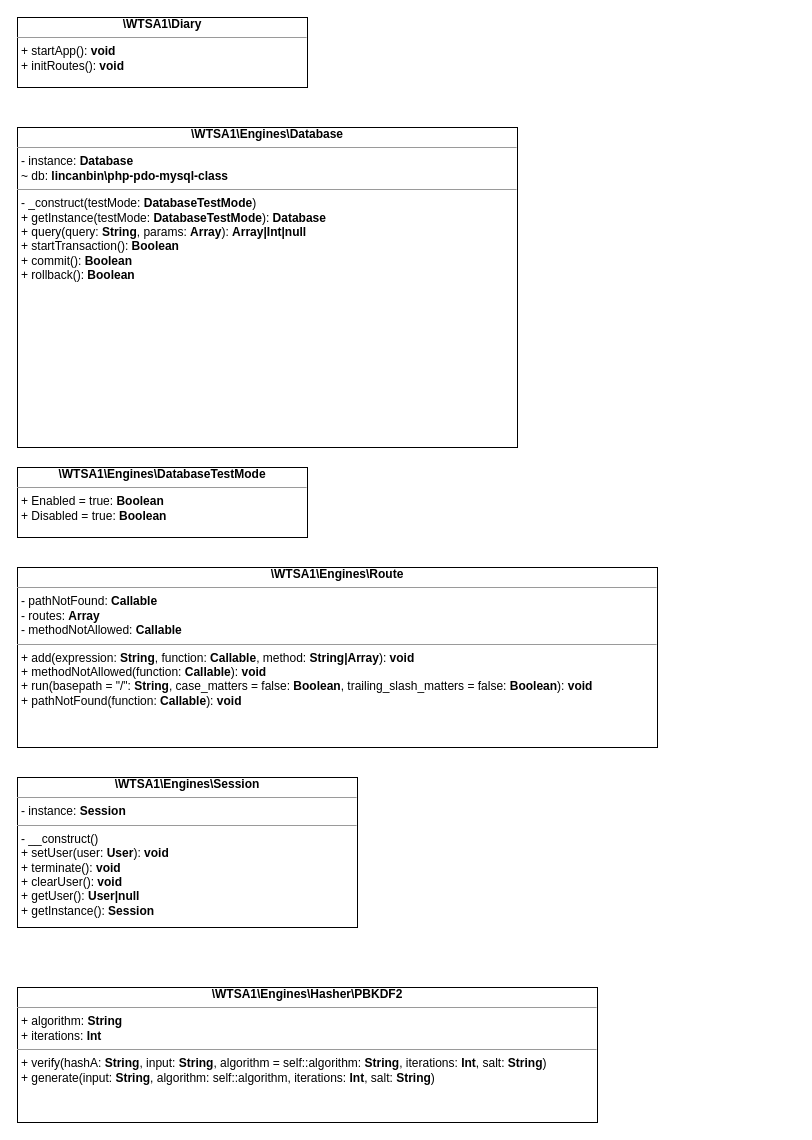
The draw.io diagram docs/assets/engine_classes.drawio in IBZTI2018/TI3-WT-SA, before the edit. Source tidied: cells renumbered, new cells numbered last; positions are measured from the earlier drawing's top-left corner, leaving out a move shared by most shapes. Both pictures are drawn from the tidied source at 100%, with x=0, y=0 at pixel (17, 17).
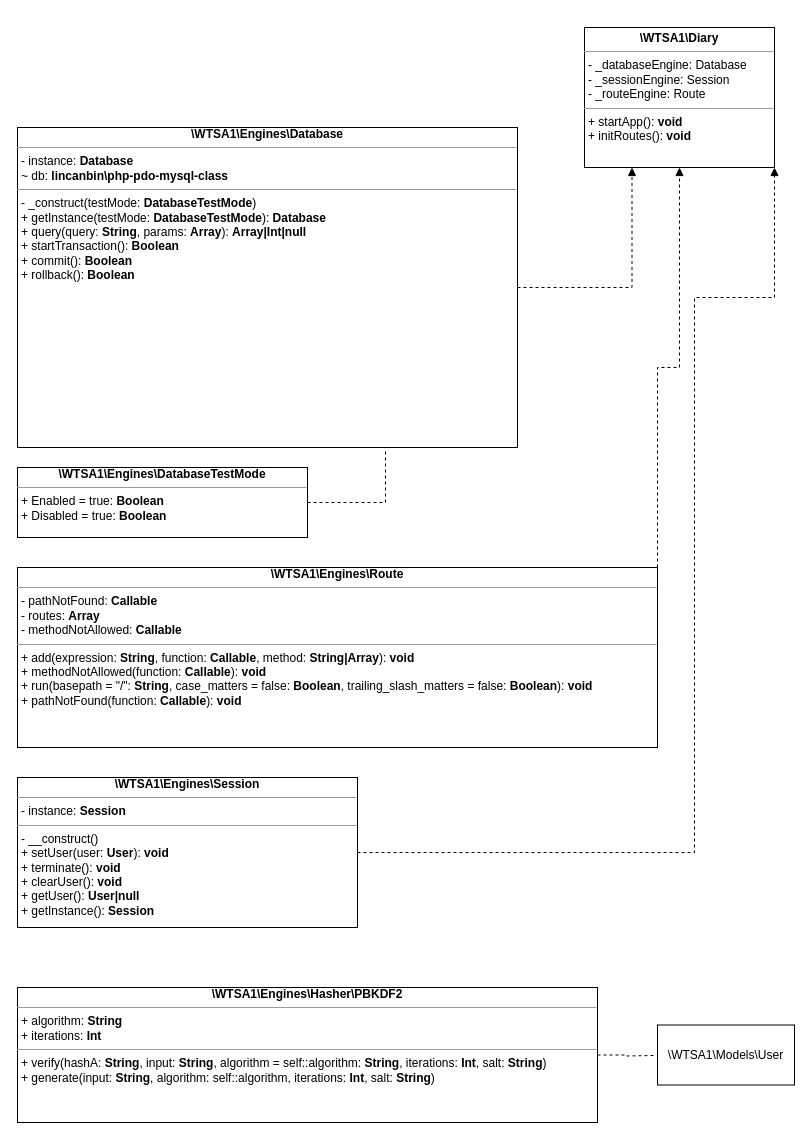
The same diagram, later.

Commit message (it also covers changes not shown here):
changed class diagramm

What changed in the source:
```diff
@@
 <mxGraphModel>
   <root>
     <mxCell id="0" />
     <mxCell id="1" parent="0" />
+    <mxCell id="8" style="edgeStyle=orthogonalEdgeStyle;rounded=0;jettySize=auto;html=1;exitX=1;exitY=0.5;exitDx=0;exitDy=0;entryX=0.25;entryY=1;entryDx=0;entryDy=0;dashed=1;endArrow=block;endFill=1;" parent="1" edge="1" source="2" target="14">
+      <mxGeometry relative="1" as="geometry" />
+    </mxCell>
     <mxCell id="2" value="&lt;div style=&quot;text-align: center&quot;&gt;&lt;span&gt;&lt;b&gt;\WTSA1\&lt;/b&gt;&lt;/span&gt;&lt;b&gt;Engines\Database&lt;/b&gt;&lt;/div&gt;&lt;hr size=&quot;1&quot;&gt;&lt;p style=&quot;margin: 0px ; margin-left: 4px&quot;&gt;- instance: &lt;b&gt;Database&lt;/b&gt;&lt;br&gt;~ db: &lt;b&gt;lincanbin\php-pdo-mysql-class&lt;/b&gt;&lt;/p&gt;&lt;hr size=&quot;1&quot;&gt;&lt;p style=&quot;margin: 0px ; margin-left: 4px&quot;&gt;- _construct(testMode: &lt;b&gt;DatabaseTestMode&lt;/b&gt;)&lt;br&gt;+ getInstance(testMode: &lt;b&gt;DatabaseTestMode&lt;/b&gt;): &lt;b&gt;Database&lt;/b&gt;&lt;br&gt;+ query(query: &lt;b&gt;String&lt;/b&gt;, params: &lt;b&gt;Array&lt;/b&gt;): &lt;b&gt;Array|Int|null&lt;/b&gt;&lt;br&gt;+ startTransaction(): &lt;b&gt;Boolean&lt;/b&gt;&lt;br&gt;+ commit(): &lt;b&gt;Boolean&lt;/b&gt;&lt;br&gt;+ rollback(): &lt;b&gt;Boolean&lt;/b&gt;&lt;/p&gt;" style="verticalAlign=top;align=left;overflow=fill;fontSize=12;fontFamily=Helvetica;html=1;" parent="1" vertex="1">
       <mxGeometry y="110" width="500" height="320" as="geometry" />
     </mxCell>
+    <mxCell id="9" style="edgeStyle=orthogonalEdgeStyle;rounded=0;jettySize=auto;html=1;exitX=1;exitY=0.5;exitDx=0;exitDy=0;entryX=0.736;entryY=1.003;entryDx=0;entryDy=0;entryPerimeter=0;dashed=1;endArrow=none;endFill=0;" parent="1" edge="1" source="3" target="2">
+      <mxGeometry relative="1" as="geometry" />
+    </mxCell>
     <mxCell id="3" value="&lt;div style=&quot;text-align: center&quot;&gt;&lt;span&gt;&lt;b&gt;\WTSA1\&lt;/b&gt;&lt;/span&gt;&lt;b&gt;Engines\DatabaseTestMode&lt;/b&gt;&lt;/div&gt;&lt;hr size=&quot;1&quot;&gt;&lt;p style=&quot;margin: 0px ; margin-left: 4px&quot;&gt;+ Enabled = true: &lt;b&gt;Boolean&lt;/b&gt;&lt;br&gt;+ Disabled = true: &lt;b&gt;Boolean&lt;/b&gt;&lt;/p&gt;" style="verticalAlign=top;align=left;overflow=fill;fontSize=12;fontFamily=Helvetica;html=1;" parent="1" vertex="1">
       <mxGeometry y="450" width="290" height="70" as="geometry" />
     </mxCell>
+    <mxCell id="10" style="edgeStyle=orthogonalEdgeStyle;rounded=0;jettySize=auto;html=1;exitX=1;exitY=0;exitDx=0;exitDy=0;entryX=0.5;entryY=1;entryDx=0;entryDy=0;dashed=1;endArrow=block;endFill=1;" parent="1" edge="1" source="4" target="14">
+      <mxGeometry relative="1" as="geometry" />
+    </mxCell>
     <mxCell id="4" value="&lt;div style=&quot;text-align: center&quot;&gt;&lt;span&gt;&lt;b&gt;\WTSA1\&lt;/b&gt;&lt;/span&gt;&lt;b&gt;Engines\Route&lt;/b&gt;&lt;/div&gt;&lt;hr size=&quot;1&quot;&gt;&lt;p style=&quot;margin: 0px ; margin-left: 4px&quot;&gt;- pathNotFound: &lt;b&gt;Callable&lt;/b&gt;&lt;br&gt;- routes: &lt;b&gt;Array&lt;/b&gt;&lt;br&gt;- methodNotAllowed: &lt;b&gt;Callable&lt;/b&gt;&lt;/p&gt;&lt;hr size=&quot;1&quot;&gt;&lt;p style=&quot;margin: 0px ; margin-left: 4px&quot;&gt;+ add(expression: &lt;b&gt;String&lt;/b&gt;, function: &lt;b&gt;Callable&lt;/b&gt;, method: &lt;b&gt;String|Array&lt;/b&gt;): &lt;b&gt;void&lt;/b&gt;&lt;br&gt;+ methodNotAllowed(function: &lt;b&gt;Callable&lt;/b&gt;): &lt;b&gt;void&lt;/b&gt;&lt;br&gt;+ run(basepath = &quot;/&quot;: &lt;b&gt;String&lt;/b&gt;, case_matters = false: &lt;b&gt;Boolean&lt;/b&gt;, trailing_slash_matters = false: &lt;b&gt;Boolean&lt;/b&gt;): &lt;b&gt;void&lt;/b&gt;&lt;br&gt;+ pathNotFound(function: &lt;b&gt;Callable&lt;/b&gt;): &lt;b&gt;void&lt;/b&gt;&lt;/p&gt;" style="verticalAlign=top;align=left;overflow=fill;fontSize=12;fontFamily=Helvetica;html=1;" parent="1" vertex="1">
       <mxGeometry y="550" width="640" height="180" as="geometry" />
     </mxCell>
+    <mxCell id="11" style="edgeStyle=orthogonalEdgeStyle;rounded=0;jettySize=auto;html=1;exitX=1;exitY=0.5;exitDx=0;exitDy=0;entryX=1;entryY=1;entryDx=0;entryDy=0;dashed=1;endArrow=block;endFill=1;" parent="1" edge="1" source="5" target="14">
+      <mxGeometry relative="1" as="geometry">
+        <Array as="points">
+          <mxPoint x="677" y="835" />
+          <mxPoint x="677" y="280" />
+          <mxPoint x="757" y="280" />
+        </Array>
+      </mxGeometry>
+    </mxCell>
     <mxCell id="5" value="&lt;div style=&quot;text-align: center&quot;&gt;&lt;span&gt;&lt;b&gt;\WTSA1\&lt;/b&gt;&lt;/span&gt;&lt;b&gt;Engines\Session&lt;/b&gt;&lt;/div&gt;&lt;hr size=&quot;1&quot;&gt;&lt;p style=&quot;margin: 0px ; margin-left: 4px&quot;&gt;- instance: &lt;b&gt;Session&lt;/b&gt;&lt;br&gt;&lt;/p&gt;&lt;hr size=&quot;1&quot;&gt;&lt;p style=&quot;margin: 0px ; margin-left: 4px&quot;&gt;- __construct()&lt;br&gt;+ setUser(user: &lt;b&gt;User&lt;/b&gt;): &lt;b&gt;void&lt;/b&gt;&lt;br&gt;+ terminate(): &lt;b&gt;void&lt;/b&gt;&lt;br&gt;+ clearUser(): &lt;b&gt;void&lt;/b&gt;&lt;br&gt;+ getUser(): &lt;b&gt;User|null&lt;/b&gt;&lt;br&gt;+ getInstance(): &lt;b&gt;Session&lt;/b&gt;&lt;/p&gt;" style="verticalAlign=top;align=left;overflow=fill;fontSize=12;fontFamily=Helvetica;html=1;" parent="1" vertex="1">
       <mxGeometry y="760" width="340" height="150" as="geometry" />
     </mxCell>
+    <mxCell id="12" style="edgeStyle=orthogonalEdgeStyle;rounded=0;jettySize=auto;html=1;exitX=1;exitY=0.5;exitDx=0;exitDy=0;dashed=1;endArrow=none;endFill=0;" parent="1" edge="1" source="6">
+      <mxGeometry relative="1" as="geometry">
+        <mxPoint x="637" y="1038" as="targetPoint" />
+      </mxGeometry>
+    </mxCell>
     <mxCell id="6" value="&lt;div style=&quot;text-align: center&quot;&gt;&lt;span&gt;&lt;b&gt;\WTSA1\&lt;/b&gt;&lt;/span&gt;&lt;b&gt;Engines\Hasher\PBKDF2&lt;/b&gt;&lt;/div&gt;&lt;hr size=&quot;1&quot;&gt;&lt;p style=&quot;margin: 0px ; margin-left: 4px&quot;&gt;+ algorithm: &lt;b&gt;String&lt;/b&gt;&lt;br&gt;+ iterations: &lt;b&gt;Int&lt;/b&gt;&lt;/p&gt;&lt;hr size=&quot;1&quot;&gt;&lt;p style=&quot;margin: 0px ; margin-left: 4px&quot;&gt;+ verify(hashA: &lt;b&gt;String&lt;/b&gt;, input: &lt;b&gt;String&lt;/b&gt;, algorithm = self::algorithm: &lt;b&gt;String&lt;/b&gt;, iterations: &lt;b&gt;Int&lt;/b&gt;, salt: &lt;b&gt;String&lt;/b&gt;)&lt;br&gt;+ generate(input: &lt;b&gt;String&lt;/b&gt;, algorithm: self::algorithm, iterations: &lt;b&gt;Int&lt;/b&gt;, salt: &lt;b&gt;String&lt;/b&gt;)&lt;/p&gt;" style="verticalAlign=top;align=left;overflow=fill;fontSize=12;fontFamily=Helvetica;html=1;" parent="1" vertex="1">
       <mxGeometry y="970" width="580" height="135" as="geometry" />
     </mxCell>
-    <mxCell id="7" value="&lt;div style=&quot;text-align: center&quot;&gt;&lt;span&gt;&lt;b&gt;\WTSA1\&lt;/b&gt;&lt;/span&gt;&lt;b&gt;Diary&lt;/b&gt;&lt;/div&gt;&lt;hr size=&quot;1&quot;&gt;&lt;p style=&quot;margin: 0px ; margin-left: 4px&quot;&gt;+ startApp(): &lt;b&gt;void&lt;/b&gt;&lt;br&gt;+ initRoutes():&lt;b&gt; void&lt;/b&gt;&lt;/p&gt;" style="verticalAlign=top;align=left;overflow=fill;fontSize=12;fontFamily=Helvetica;html=1;" parent="1" vertex="1">
-      <mxGeometry width="290" height="70" as="geometry" />
-    </mxCell>
+    <mxCell id="13" value="\WTSA1\Models\User" style="rounded=0;whiteSpace=wrap;html=1;" parent="1" vertex="1">
+      <mxGeometry x="640" y="1007.5" width="137" height="60" as="geometry" />
+    </mxCell>
+    <mxCell id="14" value="&lt;p style=&quot;margin: 0px ; margin-top: 4px ; text-align: center&quot;&gt;&lt;b&gt;\WTSA1\Diary&lt;/b&gt;&lt;/p&gt;&lt;hr size=&quot;1&quot;&gt;&lt;p style=&quot;margin: 0px ; margin-left: 4px&quot;&gt;- _databaseEngine: Database&lt;br&gt;- _sessionEngine: Session&amp;nbsp;&lt;br&gt;- _routeEngine: Route&lt;/p&gt;&lt;hr size=&quot;1&quot;&gt;&lt;p style=&quot;margin: 0px ; margin-left: 4px&quot;&gt;+ startApp():&amp;nbsp;&lt;b&gt;void&lt;/b&gt;&lt;br&gt;+ initRoutes():&lt;b&gt;&amp;nbsp;void&lt;/b&gt;&lt;br&gt;&lt;/p&gt;" style="verticalAlign=top;align=left;overflow=fill;fontSize=12;fontFamily=Helvetica;html=1;" parent="1" vertex="1">
+      <mxGeometry x="567" y="10" width="190" height="140" as="geometry" />
+    </mxCell>
   </root>
 </mxGraphModel>
```
